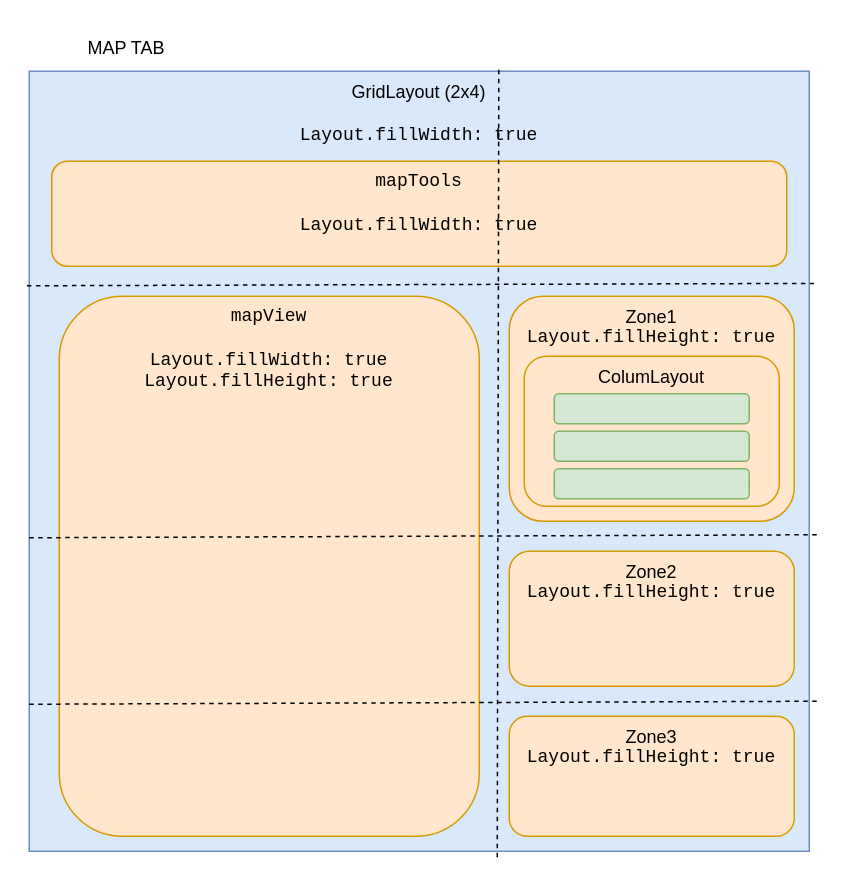
This is page "Map Tab" (3 of 5) of Docs/TiPhotoLocatorViews.drawio from Sphinkie/tiPhotoLocator, a draw.io file, before an edit. Source tidied: cells renumbered, new cells numbered last; positions are measured from the earlier drawing's top-left corner, leaving out a move shared by most shapes. Both pictures are drawn from the tidied source at 150%, with x=0, y=0 at pixel (28, 26).
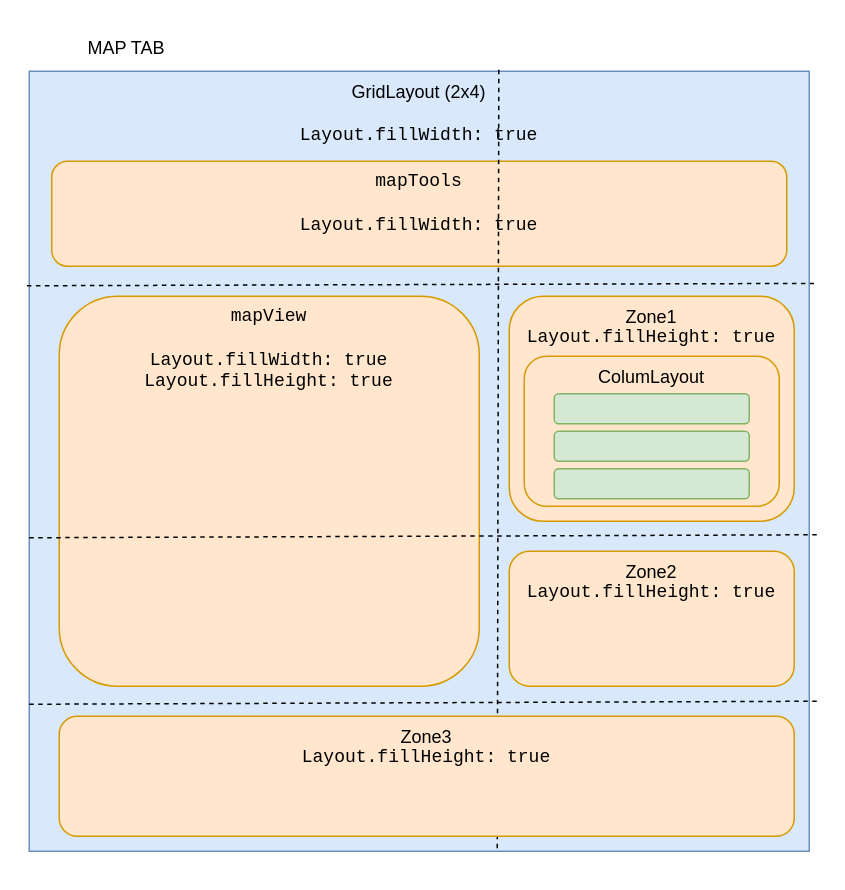
Above is the later version.

What changed in the source:
```diff
@@
 <mxGraphModel>
   <root>
     <mxCell id="0" />
     <mxCell id="1" parent="0" />
     <mxCell id="2" value="GridLayout (2x4)&lt;br&gt;&lt;br&gt;&lt;pre style=&quot;margin-top: 0px; margin-bottom: 0px;&quot;&gt;Layout.fillWidth:&lt;span style=&quot;color:#c0c0c0;&quot;&gt; &lt;/span&gt;true&lt;/pre&gt;" style="whiteSpace=wrap;html=1;fillColor=#dae8fc;strokeColor=#6c8ebf;verticalAlign=top;" parent="1" vertex="1">
       <mxGeometry y="30" width="520" height="520" as="geometry" />
     </mxCell>
     <mxCell id="3" value="MAP TAB" style="text;html=1;strokeColor=none;fillColor=none;align=center;verticalAlign=middle;whiteSpace=wrap;rounded=0;" parent="1" vertex="1">
       <mxGeometry width="130" height="30" as="geometry" />
     </mxCell>
     <mxCell id="4" value="&lt;pre style=&quot;margin-top: 0px; margin-bottom: 0px;&quot;&gt;mapTools&lt;/pre&gt;&lt;pre style=&quot;margin-top: 0px; margin-bottom: 0px;&quot;&gt;&lt;br&gt;&lt;/pre&gt;&lt;pre style=&quot;margin-top: 0px; margin-bottom: 0px;&quot;&gt;Layout.fillWidth:&lt;span style=&quot;color:#c0c0c0;&quot;&gt; &lt;/span&gt;true&lt;/pre&gt;" style="rounded=1;whiteSpace=wrap;html=1;fillColor=#ffe6cc;strokeColor=#d79b00;verticalAlign=top;" parent="1" vertex="1">
       <mxGeometry x="15" y="90" width="490" height="70" as="geometry" />
     </mxCell>
     <mxCell id="5" value="&lt;pre style=&quot;margin-top: 0px; margin-bottom: 0px;&quot;&gt;mapView&lt;/pre&gt;&lt;pre style=&quot;margin-top: 0px; margin-bottom: 0px;&quot;&gt;&lt;br&gt;&lt;/pre&gt;&lt;pre style=&quot;margin-top: 0px; margin-bottom: 0px;&quot;&gt;Layout.fillWidth:&lt;span style=&quot;color:#c0c0c0;&quot;&gt; &lt;/span&gt;true&lt;/pre&gt;&lt;pre style=&quot;margin-top: 0px; margin-bottom: 0px;&quot;&gt;Layout.fillHeight:&lt;span style=&quot;color:#c0c0c0;&quot;&gt; &lt;/span&gt;true&lt;/pre&gt;" style="rounded=1;whiteSpace=wrap;html=1;fillColor=#ffe6cc;strokeColor=#d79b00;verticalAlign=top;" parent="1" vertex="1">
-      <mxGeometry x="20" y="180" width="280" height="360" as="geometry" />
+      <mxGeometry x="20" y="180" width="280" height="260" as="geometry" />
     </mxCell>
     <mxCell id="6" style="endArrow=none;dashed=1;html=1;rounded=0;exitX=-0.003;exitY=0.275;exitDx=0;exitDy=0;exitPerimeter=0;entryX=1.006;entryY=0.272;entryDx=0;entryDy=0;entryPerimeter=0;" parent="1" edge="1" source="2" target="2">
       <mxGeometry relative="1" as="geometry" />
     </mxCell>
     <mxCell id="7" style="endArrow=none;dashed=1;html=1;rounded=0;exitX=-0.003;exitY=0.275;exitDx=0;exitDy=0;exitPerimeter=0;entryX=1.006;entryY=0.272;entryDx=0;entryDy=0;entryPerimeter=0;" parent="1" edge="1">
       <mxGeometry relative="1" as="geometry">
         <mxPoint y="341" as="sourcePoint" />
         <mxPoint x="525" y="339" as="targetPoint" />
       </mxGeometry>
     </mxCell>
     <mxCell id="8" style="endArrow=none;dashed=1;html=1;rounded=0;exitX=-0.003;exitY=0.275;exitDx=0;exitDy=0;exitPerimeter=0;entryX=1.006;entryY=0.272;entryDx=0;entryDy=0;entryPerimeter=0;" parent="1" edge="1">
       <mxGeometry relative="1" as="geometry">
         <mxPoint y="452" as="sourcePoint" />
         <mxPoint x="525" y="450" as="targetPoint" />
       </mxGeometry>
     </mxCell>
-    <mxCell id="9" style="endArrow=none;dashed=1;html=1;rounded=0;exitX=0.602;exitY=-0.002;exitDx=0;exitDy=0;exitPerimeter=0;entryX=0.6;entryY=1.013;entryDx=0;entryDy=0;entryPerimeter=0;" parent="1" edge="1" source="2" target="2">
+    <mxCell id="9" style="endArrow=none;dashed=1;html=1;rounded=0;exitX=0.602;exitY=-0.002;exitDx=0;exitDy=0;exitPerimeter=0;entryX=0.6;entryY=1.002;entryDx=0;entryDy=0;entryPerimeter=0;" parent="1" edge="1" source="2" target="2">
       <mxGeometry relative="1" as="geometry" />
     </mxCell>
     <mxCell id="10" value="Zone1&lt;br&gt;&lt;pre style=&quot;margin-top: 0px; margin-bottom: 0px;&quot;&gt;Layout.fillHeight:&lt;span style=&quot;color:#c0c0c0;&quot;&gt; &lt;/span&gt;true&lt;/pre&gt;" style="rounded=1;whiteSpace=wrap;html=1;fillColor=#ffe6cc;strokeColor=#d79b00;verticalAlign=top;" parent="1" vertex="1">
       <mxGeometry x="320" y="180" width="190" height="150" as="geometry" />
     </mxCell>
     <mxCell id="11" value="Zone3&lt;br&gt;&lt;pre style=&quot;margin-top: 0px; margin-bottom: 0px;&quot;&gt;Layout.fillHeight:&lt;span style=&quot;color:#c0c0c0;&quot;&gt; &lt;/span&gt;true&lt;/pre&gt;" style="rounded=1;whiteSpace=wrap;html=1;fillColor=#ffe6cc;strokeColor=#d79b00;verticalAlign=top;" parent="1" vertex="1">
-      <mxGeometry x="320" y="460" width="190" height="80" as="geometry" />
+      <mxGeometry x="20" y="460" width="490" height="80" as="geometry" />
     </mxCell>
     <mxCell id="12" value="Zone2&lt;br&gt;&lt;pre style=&quot;margin-top: 0px; margin-bottom: 0px;&quot;&gt;Layout.fillHeight:&lt;span style=&quot;color:#c0c0c0;&quot;&gt; &lt;/span&gt;true&lt;/pre&gt;" style="rounded=1;whiteSpace=wrap;html=1;fillColor=#ffe6cc;strokeColor=#d79b00;verticalAlign=top;" parent="1" vertex="1">
       <mxGeometry x="320" y="350" width="190" height="90" as="geometry" />
     </mxCell>
     <mxCell id="13" value="ColumLayout" style="rounded=1;whiteSpace=wrap;html=1;fillColor=#ffe6cc;strokeColor=#d79b00;verticalAlign=top;" parent="1" vertex="1">
       <mxGeometry x="330" y="220" width="170" height="100" as="geometry" />
     </mxCell>
     <mxCell id="14" style="rounded=1;whiteSpace=wrap;html=1;fillColor=#d5e8d4;strokeColor=#82b366;" parent="1" vertex="1">
       <mxGeometry x="350" y="295" width="130" height="20" as="geometry" />
     </mxCell>
     <mxCell id="15" style="rounded=1;whiteSpace=wrap;html=1;fillColor=#d5e8d4;strokeColor=#82b366;" parent="1" vertex="1">
       <mxGeometry x="350" y="270" width="130" height="20" as="geometry" />
     </mxCell>
     <mxCell id="16" style="rounded=1;whiteSpace=wrap;html=1;fillColor=#d5e8d4;strokeColor=#82b366;" parent="1" vertex="1">
       <mxGeometry x="350" y="245" width="130" height="20" as="geometry" />
     </mxCell>
   </root>
 </mxGraphModel>
```
